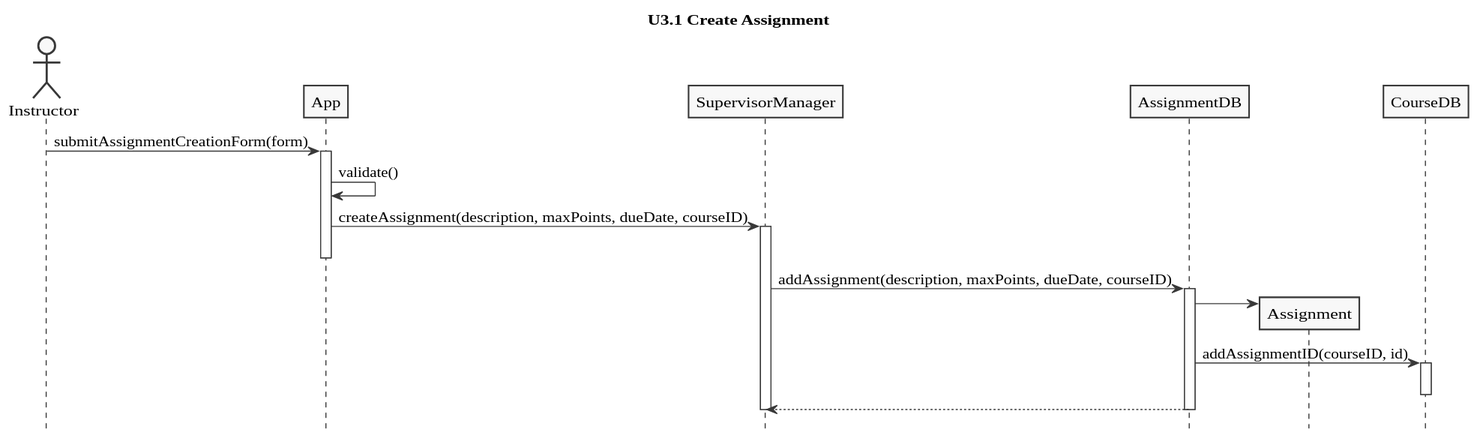
Earlier version of the PlantUML export doc/diagrams/export/sequences/createassignment.svg (dev-tee/blockpass). Its diagram source:
```plantuml
@startuml


skinparam monochrome true
skinparam shadowing false
skinparam classAttributeIconSize 0
skinparam defaultFontName "Source Sans Pro Semibold"


title U3.1 Create Assignment

actor Instructor

Instructor -> App: submitAssignmentCreationForm(form)
activate App

App -> App: validate()

App -> SupervisorManager: createAssignment(description, maxPoints, dueDate, courseID)
activate SupervisorManager
deactivate App

SupervisorManager -> AssignmentDB: addAssignment(description, maxPoints, dueDate, courseID)
activate AssignmentDB

create Assignment
AssignmentDB -> Assignment

AssignmentDB -> CourseDB: addAssignmentID(courseID, id)
activate CourseDB
deactivate CourseDB

AssignmentDB --> SupervisorManager
deactivate AssignmentDB

deactivate SupervisorManager

hide footbox

@enduml
```
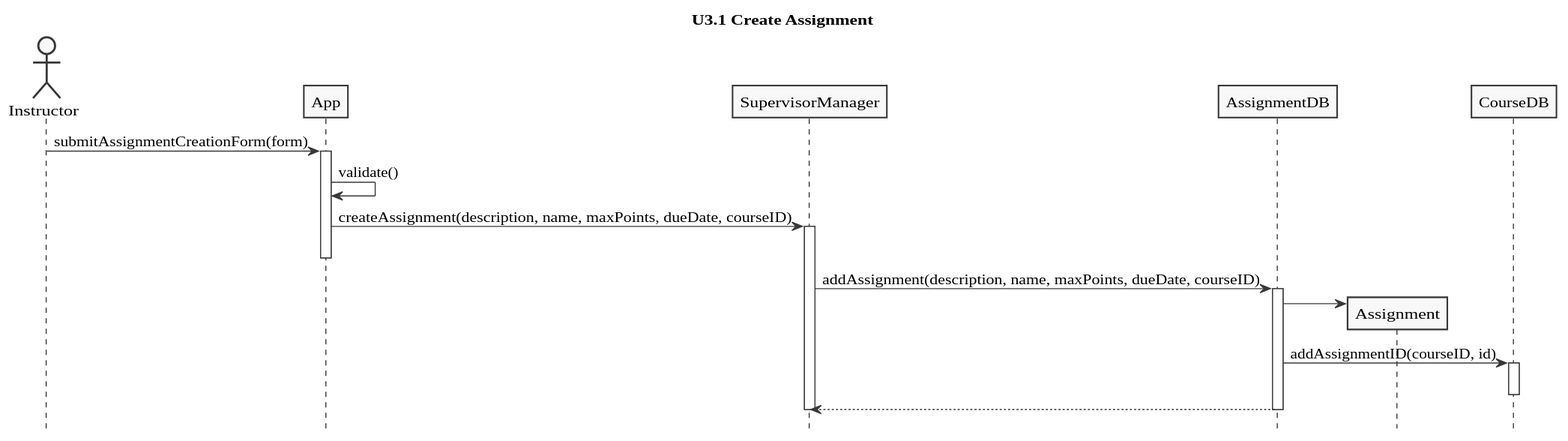
After the change.

Change to the diagram source:
```diff
@@ -16,11 +16,11 @@
 
 App -> App: validate()
 
-App -> SupervisorManager: createAssignment(description, maxPoints, dueDate, courseID)
+App -> SupervisorManager: createAssignment(description, name, maxPoints, dueDate, courseID)
 activate SupervisorManager
 deactivate App
 
-SupervisorManager -> AssignmentDB: addAssignment(description, maxPoints, dueDate, courseID)
+SupervisorManager -> AssignmentDB: addAssignment(description, name, maxPoints, dueDate, courseID)
 activate AssignmentDB
 
 create Assignment
```
